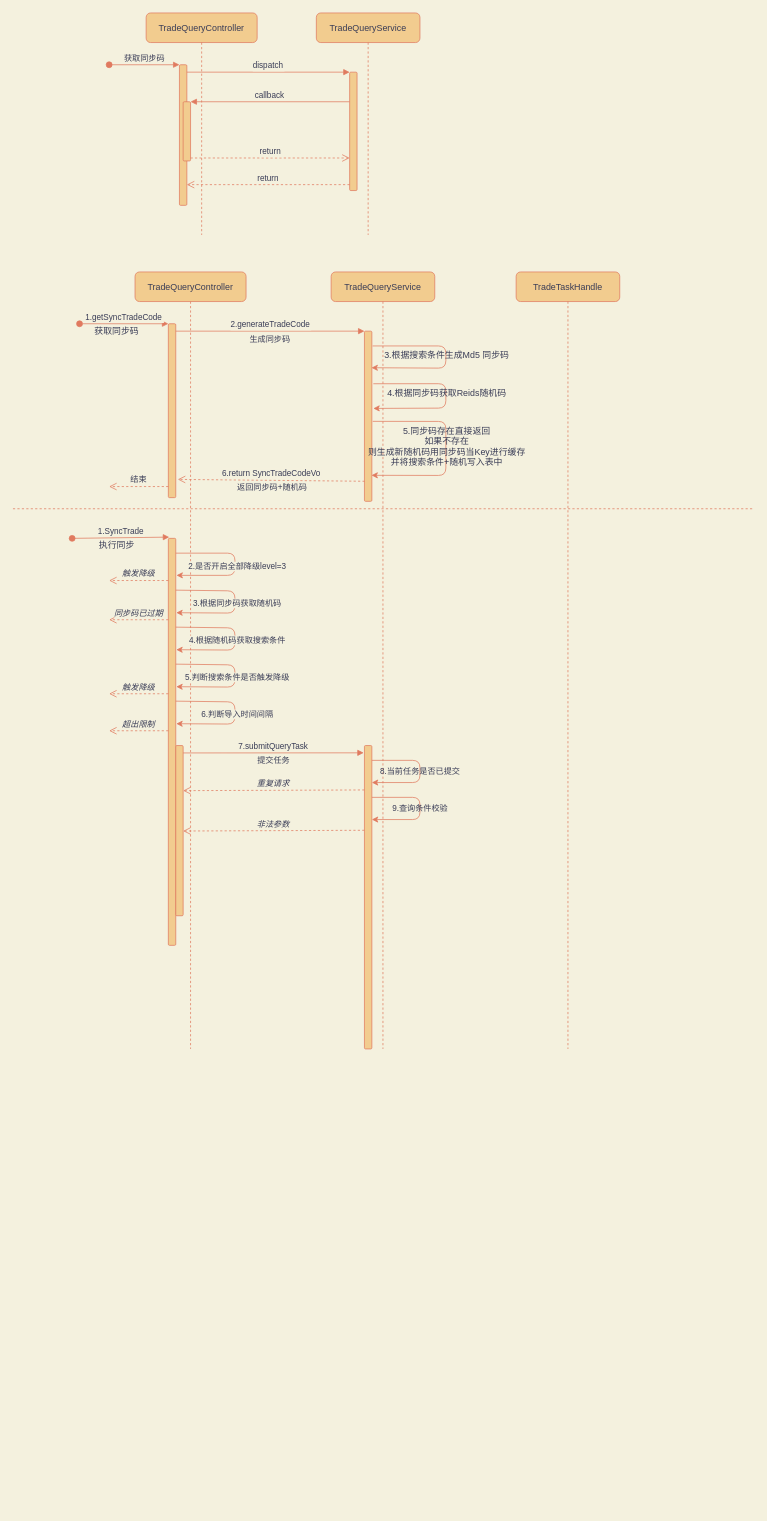
Before: raycloud/订单同步.drawio in WallXue/diagrams, a draw.io diagram. Source tidied: cells renumbered, new cells numbered last; positions are measured from the earlier drawing's top-left corner, leaving out a move shared by most shapes. Both pictures are drawn from the tidied source at 74%, with x=0, y=0 at pixel (13, 13).
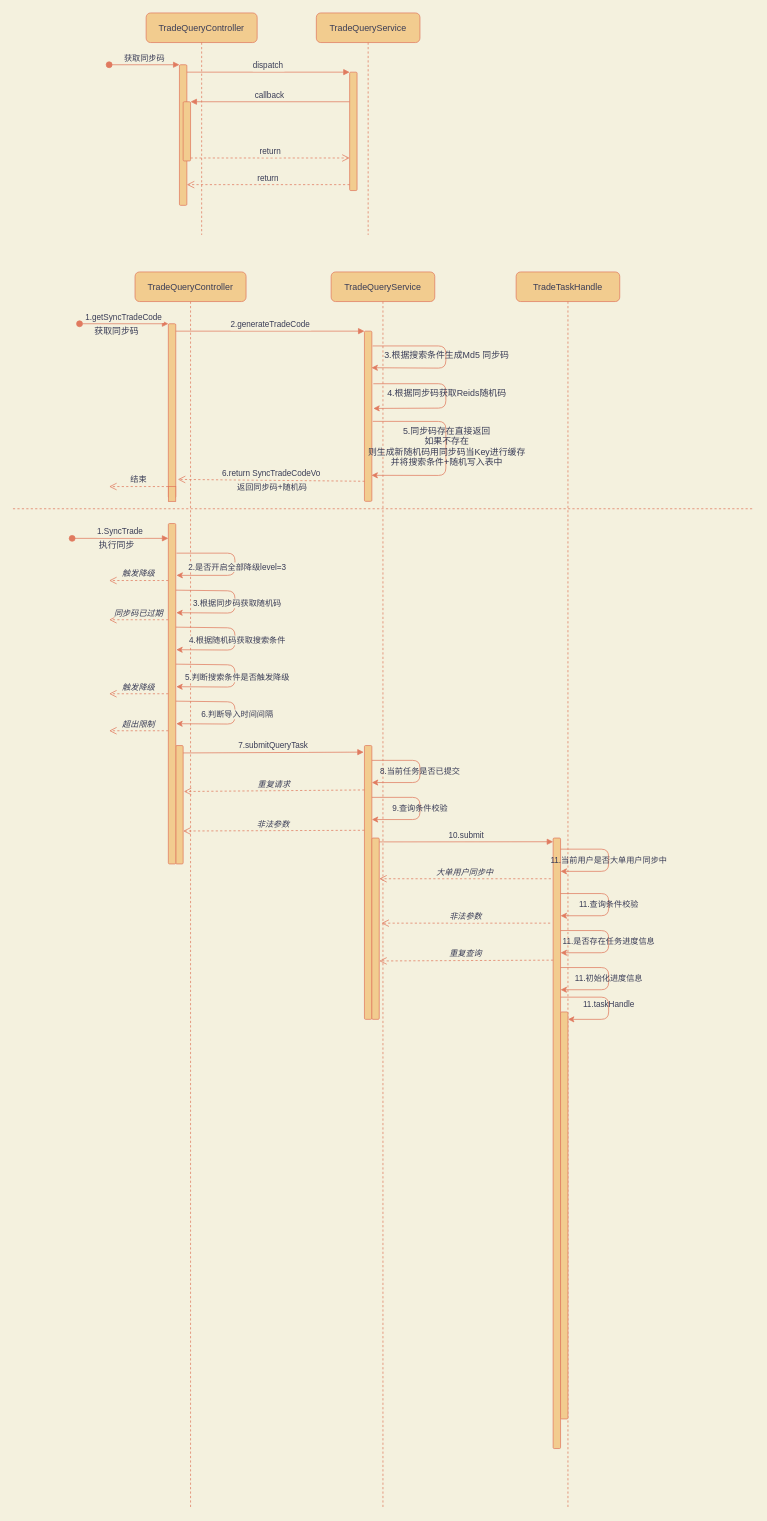
Above is the later version.

The change refers to these unchanged cells:
```xml
<mxCell id="23" value="2.generateTradeCode" style="verticalAlign=bottom;endArrow=block;entryX=0;entryY=0;shadow=0;strokeWidth=1;labelBackgroundColor=#F4F1DE;strokeColor=#E07A5F;fontColor=#393C56;" parent="1" edge="1" source="13" target="16">
  <mxGeometry relative="1" as="geometry" />
</mxCell>
<mxCell id="49" value="7.submitQueryTask" style="verticalAlign=bottom;endArrow=block;shadow=0;strokeWidth=1;labelBackgroundColor=#F4F1DE;strokeColor=#E07A5F;fontColor=#393C56;entryX=-0.1;entryY=0.024;entryDx=0;entryDy=0;entryPerimeter=0;" parent="1" edge="1" target="48">
  <mxGeometry relative="1" as="geometry">
    <mxPoint x="230" y="1000" as="sourcePoint" />
  </mxGeometry>
</mxCell>
```

Diff of the diagram source:
```diff
@@
     <mxCell id="12" value="TradeQueryController" style="shape=umlLifeline;perimeter=lifelinePerimeter;shadow=0;strokeWidth=1;rounded=1;fillColor=#F2CC8F;strokeColor=#E07A5F;fontColor=#393C56;" parent="1" vertex="1">
-      <mxGeometry x="165" y="350" width="150" height="1050" as="geometry" />
+      <mxGeometry x="165" y="350" width="150" height="1670" as="geometry" />
     </mxCell>
@@
     <mxCell id="15" value="TradeQueryService" style="shape=umlLifeline;perimeter=lifelinePerimeter;shadow=0;strokeWidth=1;rounded=1;fillColor=#F2CC8F;strokeColor=#E07A5F;fontColor=#393C56;" parent="1" vertex="1">
-      <mxGeometry x="430" y="350" width="140" height="1050" as="geometry" />
+      <mxGeometry x="430" y="350" width="140" height="1670" as="geometry" />
     </mxCell>
@@
-    <mxCell id="24" value="生成同步码" style="edgeLabel;html=1;align=center;verticalAlign=middle;rounded=1;labelBackgroundColor=#F4F1DE;fontColor=#393C56;" parent="23" vertex="1">
-      <mxGeometry x="-0.09" y="-1" relative="1" as="geometry">
-        <mxPoint x="10" y="9" as="offset" />
-      </mxGeometry>
-    </mxCell>
@@
-    <mxCell id="29" style="points=[];perimeter=orthogonalPerimeter;shadow=0;strokeWidth=1;rounded=1;fillColor=#F2CC8F;strokeColor=#E07A5F;fontColor=#393C56;" parent="1" vertex="1">
-      <mxGeometry x="210" y="710" width="10" height="550" as="geometry" />
+    <mxCell id="29" style="points=[];perimeter=orthogonalPerimeter;shadow=0;strokeWidth=1;rounded=1;fillColor=#F2CC8F;strokeColor=#E07A5F;fontColor=#393C56;arcSize=0;" parent="1" vertex="1">
+      <mxGeometry x="210" y="640" width="10" height="20" as="geometry" />
     </mxCell>
-    <mxCell id="30" value="1.SyncTrade" style="verticalAlign=bottom;startArrow=oval;endArrow=block;startSize=8;shadow=0;strokeWidth=1;entryX=0.117;entryY=-0.003;entryDx=0;entryDy=0;entryPerimeter=0;labelBackgroundColor=#F4F1DE;strokeColor=#E07A5F;fontColor=#393C56;" parent="1" edge="1" target="29">
+    <mxCell id="30" value="1.SyncTrade" style="verticalAlign=bottom;startArrow=oval;endArrow=block;startSize=8;shadow=0;strokeWidth=1;labelBackgroundColor=#F4F1DE;strokeColor=#E07A5F;fontColor=#393C56;" parent="1" edge="1">
       <mxGeometry relative="1" as="geometry">
         <mxPoint x="80" y="710" as="sourcePoint" />
+        <mxPoint x="210" y="710" as="targetPoint" />
       </mxGeometry>
     </mxCell>
@@
-    <mxCell id="32" style="endArrow=classic;html=1;labelBackgroundColor=#F4F1DE;strokeColor=#E07A5F;fontColor=#393C56;" parent="1" edge="1" source="29">
+    <mxCell id="32" style="endArrow=classic;html=1;labelBackgroundColor=#F4F1DE;strokeColor=#E07A5F;fontColor=#393C56;" parent="1" edge="1">
       <mxGeometry relative="1" as="geometry">
+        <mxPoint x="221" y="730" as="sourcePoint" />
         <mxPoint x="221" y="760" as="targetPoint" />
         <Array as="points">
           <mxPoint x="300" y="730" />
           <mxPoint x="300" y="760" />
         </Array>
       </mxGeometry>
     </mxCell>
@@
     <mxCell id="47" style="points=[];perimeter=orthogonalPerimeter;shadow=0;strokeWidth=1;rounded=1;fillColor=#F2CC8F;strokeColor=#E07A5F;fontColor=#393C56;" parent="1" vertex="1">
-      <mxGeometry x="220" y="990" width="10" height="230" as="geometry" />
+      <mxGeometry x="220" y="990" width="10" height="160" as="geometry" />
     </mxCell>
     <mxCell id="48" style="points=[];perimeter=orthogonalPerimeter;shadow=0;strokeWidth=1;rounded=1;fillColor=#F2CC8F;strokeColor=#E07A5F;fontColor=#393C56;" parent="1" vertex="1">
-      <mxGeometry x="475" y="990" width="10" height="410" as="geometry" />
+      <mxGeometry x="475" y="990" width="10" height="370" as="geometry" />
     </mxCell>
@@
-    <mxCell id="50" value="提交任务" style="edgeLabel;html=1;align=center;verticalAlign=middle;rounded=1;labelBackgroundColor=#F4F1DE;fontColor=#393C56;" parent="49" vertex="1">
-      <mxGeometry x="-0.09" y="-1" relative="1" as="geometry">
-        <mxPoint x="10" y="9" as="offset" />
-      </mxGeometry>
-    </mxCell>
     <mxCell id="51" value="TradeTaskHandle" style="shape=umlLifeline;perimeter=lifelinePerimeter;shadow=0;strokeWidth=1;rounded=1;fillColor=#F2CC8F;strokeColor=#E07A5F;fontColor=#393C56;" parent="1" vertex="1">
-      <mxGeometry x="680" y="350" width="140" height="1050" as="geometry" />
+      <mxGeometry x="680" y="350" width="140" height="1670" as="geometry" />
     </mxCell>
@@
-    <mxCell id="53" value="重复请求" style="verticalAlign=bottom;endArrow=open;dashed=1;endSize=8;shadow=0;strokeWidth=1;labelBackgroundColor=#F4F1DE;strokeColor=#E07A5F;fontColor=#393C56;fontStyle=2;entryX=1;entryY=0.265;entryDx=0;entryDy=0;entryPerimeter=0;" parent="1" edge="1" target="47">
+    <mxCell id="53" value="重复请求" style="verticalAlign=bottom;endArrow=open;dashed=1;endSize=8;shadow=0;strokeWidth=1;labelBackgroundColor=#F4F1DE;strokeColor=#E07A5F;fontColor=#393C56;fontStyle=2;entryX=1.1;entryY=0.388;entryDx=0;entryDy=0;entryPerimeter=0;" parent="1" edge="1" target="47">
       <mxGeometry relative="1" as="geometry">
         <mxPoint x="475" y="1050" as="sourcePoint" />
       </mxGeometry>
     </mxCell>
@@
+    <mxCell id="56" style="perimeter=orthogonalPerimeter;shadow=0;strokeWidth=1;rounded=1;fillColor=#F2CC8F;strokeColor=#E07A5F;fontColor=#393C56;" parent="1" vertex="1">
+      <mxGeometry x="485" y="1115" width="10" height="245" as="geometry" />
+    </mxCell>
+    <mxCell id="57" style="perimeter=orthogonalPerimeter;shadow=0;strokeWidth=1;rounded=1;fillColor=#F2CC8F;strokeColor=#E07A5F;fontColor=#393C56;" parent="1" vertex="1">
+      <mxGeometry x="730" y="1115" width="10" height="825" as="geometry" />
+    </mxCell>
+    <mxCell id="58" value="10.submit" style="verticalAlign=bottom;endArrow=block;shadow=0;strokeWidth=1;labelBackgroundColor=#F4F1DE;strokeColor=#E07A5F;fontColor=#393C56;" parent="1" edge="1">
+      <mxGeometry relative="1" as="geometry">
+        <mxPoint x="495" y="1120.2" as="sourcePoint" />
+        <mxPoint x="730" y="1120" as="targetPoint" />
+      </mxGeometry>
+    </mxCell>
+    <mxCell id="59" value="11.查询条件校验" style="endArrow=classic;html=1;fontColor=#393C56;strokeColor=#E07A5F;fillColor=#F2CC8F;elbow=vertical;labelBackgroundColor=none;" parent="1" edge="1">
+      <mxGeometry relative="1" as="geometry">
+        <mxPoint x="740" y="1190" as="sourcePoint" />
+        <mxPoint x="740" y="1220" as="targetPoint" />
+        <Array as="points">
+          <mxPoint x="805" y="1190" />
+          <mxPoint x="805" y="1220" />
+        </Array>
+      </mxGeometry>
+    </mxCell>
+    <mxCell id="60" value="非法参数" style="verticalAlign=bottom;endArrow=open;dashed=1;endSize=8;shadow=0;strokeWidth=1;labelBackgroundColor=#F4F1DE;strokeColor=#E07A5F;fontColor=#393C56;fontStyle=2;" parent="1" edge="1">
+      <mxGeometry relative="1" as="geometry">
+        <mxPoint x="726" y="1230" as="sourcePoint" />
+        <mxPoint x="498" y="1230" as="targetPoint" />
+      </mxGeometry>
+    </mxCell>
+    <mxCell id="61" value="11.当前用户是否大单用户同步中" style="endArrow=classic;html=1;fontColor=#393C56;strokeColor=#E07A5F;fillColor=#F2CC8F;elbow=vertical;labelBackgroundColor=none;" parent="1" edge="1">
+      <mxGeometry relative="1" as="geometry">
+        <mxPoint x="740" y="1130" as="sourcePoint" />
+        <mxPoint x="740" y="1160" as="targetPoint" />
+        <Array as="points">
+          <mxPoint x="805" y="1130" />
+          <mxPoint x="805" y="1160" />
+        </Array>
+      </mxGeometry>
+    </mxCell>
+    <mxCell id="62" value="大单用户同步中" style="verticalAlign=bottom;endArrow=open;dashed=1;endSize=8;shadow=0;strokeWidth=1;labelBackgroundColor=#F4F1DE;strokeColor=#E07A5F;fontColor=#393C56;fontStyle=2;" parent="1" edge="1">
+      <mxGeometry relative="1" as="geometry">
+        <mxPoint x="727" y="1170" as="sourcePoint" />
+        <mxPoint x="495" y="1170" as="targetPoint" />
+      </mxGeometry>
+    </mxCell>
+    <mxCell id="63" value="11.是否存在任务进度信息" style="endArrow=classic;html=1;fontColor=#393C56;strokeColor=#E07A5F;fillColor=#F2CC8F;elbow=vertical;labelBackgroundColor=none;" parent="1" edge="1">
+      <mxGeometry relative="1" as="geometry">
+        <mxPoint x="740" y="1240" as="sourcePoint" />
+        <mxPoint x="740" y="1270" as="targetPoint" />
+        <Array as="points">
+          <mxPoint x="805" y="1240" />
+          <mxPoint x="805" y="1270" />
+        </Array>
+      </mxGeometry>
+    </mxCell>
+    <mxCell id="64" value="重复查询" style="verticalAlign=bottom;endArrow=open;dashed=1;endSize=8;shadow=0;strokeWidth=1;labelBackgroundColor=#F4F1DE;strokeColor=#E07A5F;fontColor=#393C56;fontStyle=2;exitX=-0.1;exitY=0.427;exitDx=0;exitDy=0;exitPerimeter=0;entryX=0.9;entryY=0.449;entryDx=0;entryDy=0;entryPerimeter=0;" parent="1" edge="1">
+      <mxGeometry relative="1" as="geometry">
+        <mxPoint x="730" y="1280" as="sourcePoint" />
+        <mxPoint x="495" y="1281.1" as="targetPoint" />
+      </mxGeometry>
+    </mxCell>
+    <mxCell id="65" value="11.初始化进度信息" style="endArrow=classic;html=1;fontColor=#393C56;strokeColor=#E07A5F;fillColor=#F2CC8F;elbow=vertical;labelBackgroundColor=none;" parent="1" edge="1">
+      <mxGeometry relative="1" as="geometry">
+        <mxPoint x="740" y="1290" as="sourcePoint" />
+        <mxPoint x="740" y="1320" as="targetPoint" />
+        <Array as="points">
+          <mxPoint x="805" y="1290" />
+          <mxPoint x="805" y="1320" />
+        </Array>
+      </mxGeometry>
+    </mxCell>
+    <mxCell id="66" style="perimeter=orthogonalPerimeter;shadow=0;strokeWidth=1;rounded=1;fillColor=#F2CC8F;strokeColor=#E07A5F;fontColor=#393C56;" parent="1" vertex="1">
+      <mxGeometry x="740" y="1350" width="10" height="550" as="geometry" />
+    </mxCell>
+    <mxCell id="67" value="11.taskHandle" style="endArrow=classic;html=1;fontColor=#393C56;strokeColor=#E07A5F;fillColor=#F2CC8F;elbow=vertical;labelBackgroundColor=none;" parent="1" edge="1">
+      <mxGeometry relative="1" as="geometry">
+        <mxPoint x="740" y="1330" as="sourcePoint" />
+        <mxPoint x="750" y="1360" as="targetPoint" />
+        <Array as="points">
+          <mxPoint x="805" y="1330" />
+          <mxPoint x="805" y="1360" />
+        </Array>
+      </mxGeometry>
+    </mxCell>
+    <mxCell id="68" style="perimeter=orthogonalPerimeter;shadow=0;strokeWidth=1;rounded=1;fillColor=#F2CC8F;strokeColor=#E07A5F;fontColor=#393C56;" parent="1" vertex="1">
+      <mxGeometry x="210" y="690" width="10" height="460" as="geometry" />
+    </mxCell>
```
